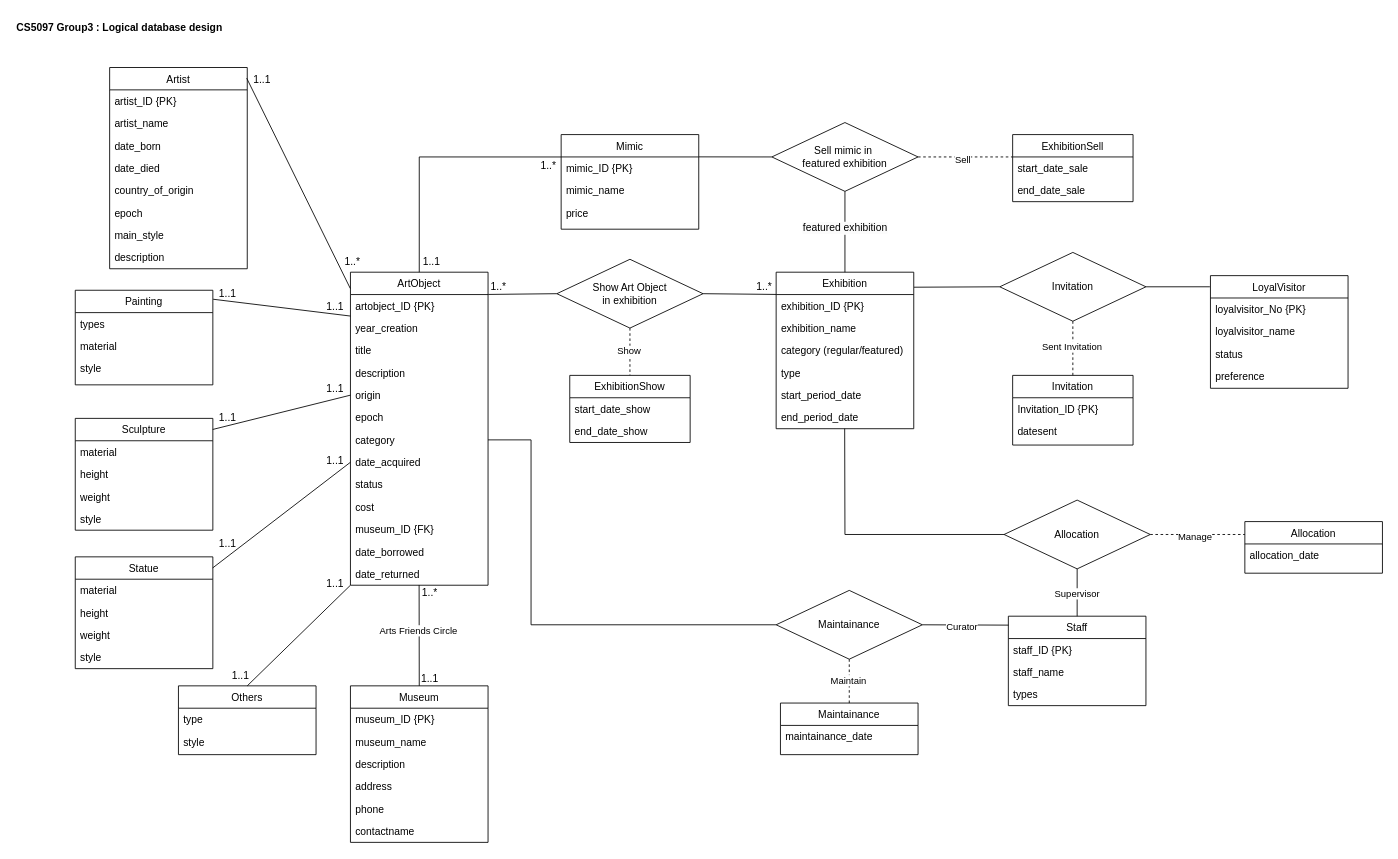
Before: Logical-database-design.drawio in chanokchut/CS5097, a draw.io diagram. Source tidied: cells renumbered, new cells numbered last; positions are measured from the earlier drawing's top-left corner, leaving out a move shared by most shapes. Both pictures are drawn from the tidied source at 86%, with x=0, y=0 at pixel (15, 15).
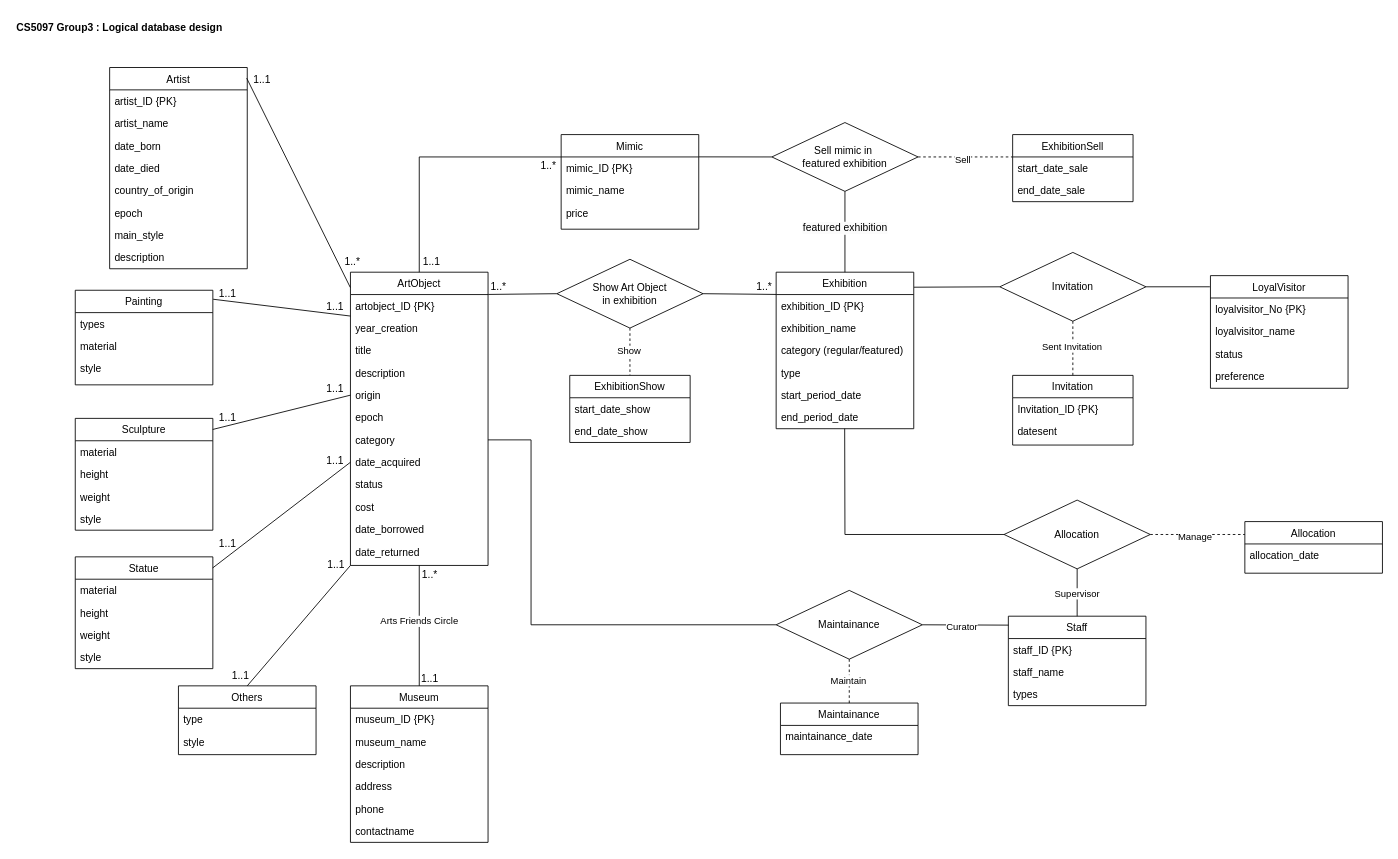
The same diagram, later.

Unchanged cells that the change refers to:
```xml
<mxCell id="2" value="Museum" style="swimlane;fontStyle=0;align=center;verticalAlign=top;horizontal=1;startSize=26;rounded=0;shadow=0;strokeWidth=1;" parent="1" vertex="1">
  <mxGeometry x="390" y="780" width="160" height="182" as="geometry" />
</mxCell>
```

The edit, as a diff of the source:
```diff
@@
     <mxCell id="9" value="ArtObject" style="swimlane;fontStyle=0;align=center;verticalAlign=top;horizontal=1;startSize=26;rounded=0;shadow=0;strokeWidth=1;" parent="1" vertex="1">
-      <mxGeometry x="390" y="299" width="160" height="364" as="geometry" />
+      <mxGeometry x="390" y="299" width="160" height="341" as="geometry" />
     </mxCell>
@@
-    <mxCell id="20" value="museum_ID {FK}" style="text;align=left;verticalAlign=top;spacingLeft=4;spacingRight=4;overflow=hidden;" parent="9" vertex="1">
-      <mxGeometry y="286" width="160" height="26" as="geometry" />
-    </mxCell>
     <mxCell id="21" value="date_borrowed" style="text;align=left;verticalAlign=top;spacingLeft=4;spacingRight=4;overflow=hidden;" parent="9" vertex="1">
-      <mxGeometry y="312" width="160" height="26" as="geometry" />
+      <mxGeometry y="286" width="160" height="26" as="geometry" />
     </mxCell>
     <mxCell id="22" value="date_returned" style="text;align=left;verticalAlign=top;spacingLeft=4;spacingRight=4;overflow=hidden;points=[[0,0.5],[1,0.5]];portConstraint=eastwest;" parent="9" vertex="1">
-      <mxGeometry y="338" width="160" height="26" as="geometry" />
+      <mxGeometry y="312" width="160" height="26" as="geometry" />
     </mxCell>
@@
-    <mxCell id="81" style="endArrow=none;html=1;rounded=0;exitX=0.499;exitY=0.992;exitDx=0;exitDy=0;exitPerimeter=0;entryX=0.5;entryY=0;entryDx=0;entryDy=0;" parent="1" edge="1" source="22" target="2">
+    <mxCell id="81" style="endArrow=none;html=1;rounded=0;entryX=0.5;entryY=0;entryDx=0;entryDy=0;exitX=0.5;exitY=1;exitDx=0;exitDy=0;" parent="1" edge="1" source="9" target="2">
       <mxGeometry relative="1" as="geometry" />
     </mxCell>
@@
     <mxCell id="83" value="1..*" style="text;html=1;align=center;verticalAlign=middle;whiteSpace=wrap;rounded=0;" parent="1" vertex="1">
-      <mxGeometry x="460" y="657" width="45" height="30" as="geometry" />
+      <mxGeometry x="460" y="636" width="45" height="30" as="geometry" />
     </mxCell>
@@
     <mxCell id="94" value="1..1" style="text;html=1;align=center;verticalAlign=middle;whiteSpace=wrap;rounded=0;" parent="1" vertex="1">
-      <mxGeometry x="350" y="646" width="45" height="30" as="geometry" />
+      <mxGeometry x="351" y="624" width="45" height="30" as="geometry" />
     </mxCell>
```
